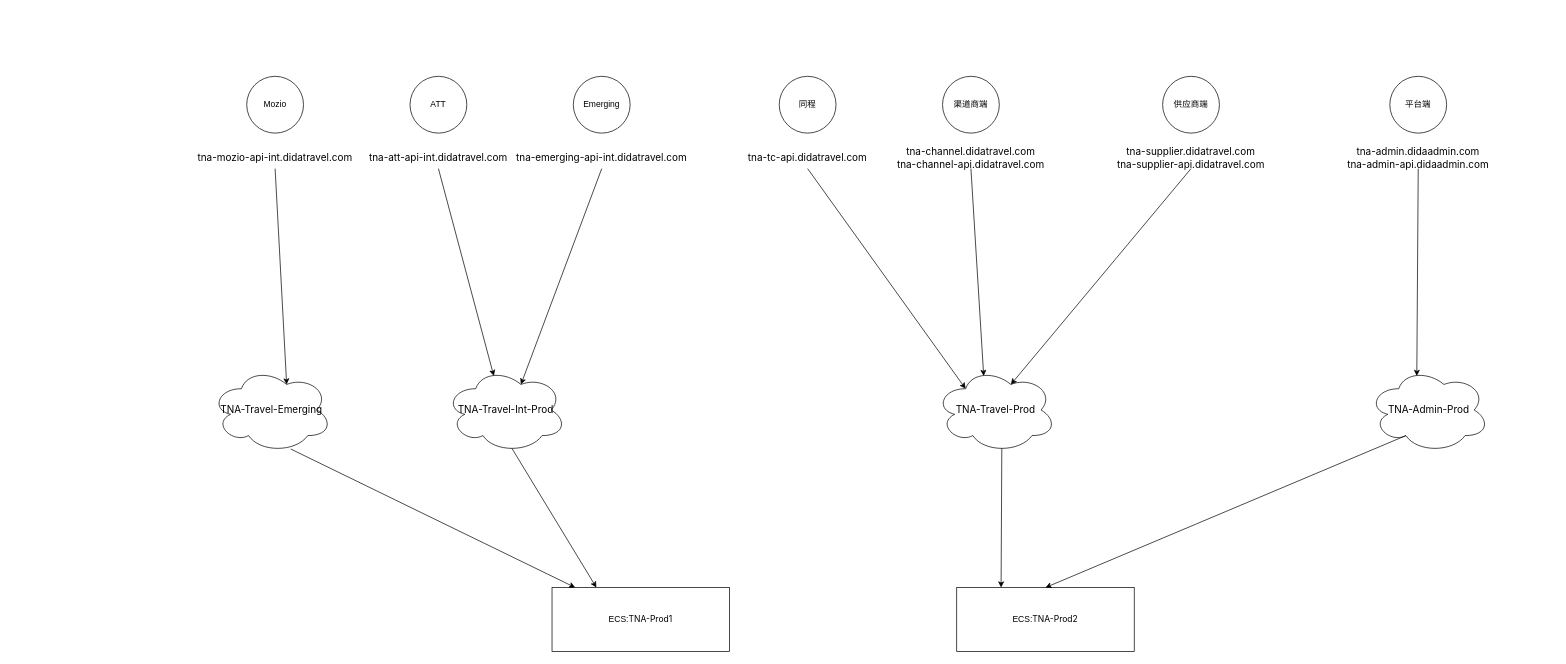
Earlier version of the draw.io diagram images/网络拓扑图.drawio (youngsapling/kappak). Source tidied: cells renumbered, new cells numbered last; positions are measured from the earlier drawing's top-left corner, leaving out a move shared by most shapes. Both pictures are drawn from the tidied source at 71%, with x=0, y=0 at pixel (200, 76).
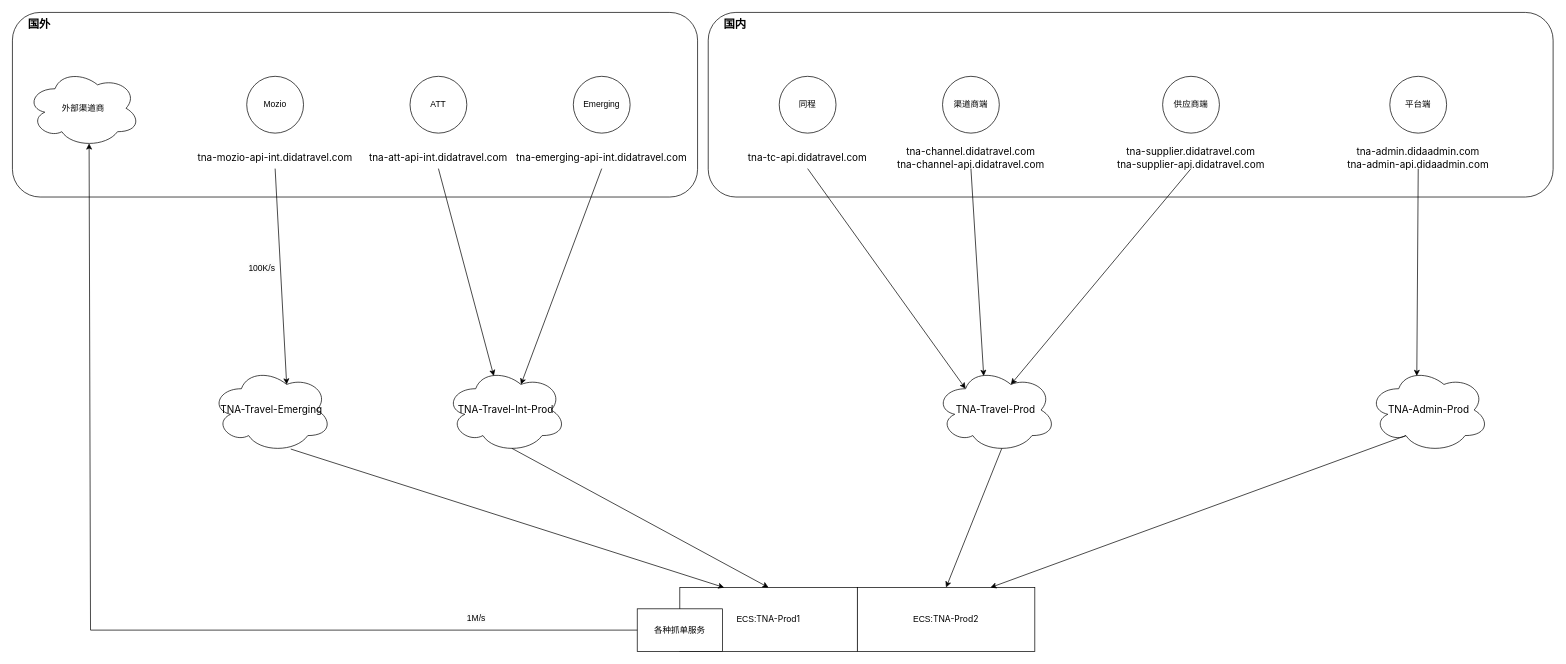
Above is the later version.

Commit message (it also covers changes not shown here):
更新网络拓扑图.drawio

Unchanged cells that the change refers to:
```xml
<mxCell id="16" value="&lt;div style=&quot;font-size: 14px;&quot;&gt;&lt;div style=&quot;white-space: pre;&quot;&gt;&lt;span style=&quot;font-family: MonospacedNumber, LarkHackSafariFont, LarkEmojiFont, LarkChineseQuote, -apple-system, BlinkMacSystemFont, &amp;quot;Helvetica Neue&amp;quot;, Tahoma, &amp;quot;PingFang SC&amp;quot;, &amp;quot;Microsoft Yahei&amp;quot;, Arial, &amp;quot;Hiragino Sans GB&amp;quot;, sans-serif, &amp;quot;Apple Color Emoji&amp;quot;, &amp;quot;Segoe UI Emoji&amp;quot;, &amp;quot;Segoe UI Symbol&amp;quot;, &amp;quot;Noto Color Emoji&amp;quot;;&quot;&gt;TNA-Admin-Prod&lt;/span&gt;&lt;/div&gt;&lt;/div&gt;" style="ellipse;shape=cloud;whiteSpace=wrap;html=1;" parent="1" vertex="1">
  <mxGeometry x="1645" y="410" width="170" height="120" as="geometry" />
</mxCell>
<mxCell id="17" value="&lt;div style=&quot;font-size: 14px;&quot;&gt;&lt;div style=&quot;white-space: pre;&quot;&gt;&lt;div&gt;&lt;div&gt;&lt;span style=&quot;font-family: MonospacedNumber, LarkHackSafariFont, LarkEmojiFont, LarkChineseQuote, -apple-system, BlinkMacSystemFont, &amp;quot;Helvetica Neue&amp;quot;, Tahoma, &amp;quot;PingFang SC&amp;quot;, &amp;quot;Microsoft Yahei&amp;quot;, Arial, &amp;quot;Hiragino Sans GB&amp;quot;, sans-serif, &amp;quot;Apple Color Emoji&amp;quot;, &amp;quot;Segoe UI Emoji&amp;quot;, &amp;quot;Segoe UI Symbol&amp;quot;, &amp;quot;Noto Color Emoji&amp;quot;;&quot;&gt;TNA-Travel-Prod&lt;/span&gt;&lt;/div&gt;&lt;/div&gt;&lt;/div&gt;&lt;/div&gt;" style="ellipse;shape=cloud;whiteSpace=wrap;html=1;" parent="1" vertex="1">
  <mxGeometry x="1035" y="410" width="170" height="120" as="geometry" />
</mxCell>
<mxCell id="18" value="&lt;div style=&quot;font-size: 14px;&quot;&gt;&lt;div style=&quot;white-space: pre;&quot;&gt;&lt;div&gt;&lt;div&gt;&lt;div&gt;&lt;span style=&quot;font-family: MonospacedNumber, LarkHackSafariFont, LarkEmojiFont, LarkChineseQuote, -apple-system, BlinkMacSystemFont, &amp;quot;Helvetica Neue&amp;quot;, Tahoma, &amp;quot;PingFang SC&amp;quot;, &amp;quot;Microsoft Yahei&amp;quot;, Arial, &amp;quot;Hiragino Sans GB&amp;quot;, sans-serif, &amp;quot;Apple Color Emoji&amp;quot;, &amp;quot;Segoe UI Emoji&amp;quot;, &amp;quot;Segoe UI Symbol&amp;quot;, &amp;quot;Noto Color Emoji&amp;quot;;&quot;&gt;TNA-Travel-Int-Prod&lt;/span&gt;&lt;/div&gt;&lt;/div&gt;&lt;/div&gt;&lt;/div&gt;&lt;/div&gt;" style="ellipse;shape=cloud;whiteSpace=wrap;html=1;" parent="1" vertex="1">
  <mxGeometry x="345" y="410" width="170" height="120" as="geometry" />
</mxCell>
<mxCell id="25" style="endArrow=classic;html=1;rounded=0;exitX=0.5;exitY=1;exitDx=0;exitDy=0;entryX=0.625;entryY=0.2;entryDx=0;entryDy=0;entryPerimeter=0;" parent="1" edge="1" source="15" target="26">
  <mxGeometry relative="1" as="geometry" />
</mxCell>
<mxCell id="26" value="&lt;div style=&quot;font-size: 14px;&quot;&gt;&lt;div style=&quot;white-space: pre;&quot;&gt;&lt;div&gt;&lt;div&gt;&lt;div&gt;&lt;span style=&quot;font-family: MonospacedNumber, LarkHackSafariFont, LarkEmojiFont, LarkChineseQuote, -apple-system, BlinkMacSystemFont, &amp;quot;Helvetica Neue&amp;quot;, Tahoma, &amp;quot;PingFang SC&amp;quot;, &amp;quot;Microsoft Yahei&amp;quot;, Arial, &amp;quot;Hiragino Sans GB&amp;quot;, sans-serif, &amp;quot;Apple Color Emoji&amp;quot;, &amp;quot;Segoe UI Emoji&amp;quot;, &amp;quot;Segoe UI Symbol&amp;quot;, &amp;quot;Noto Color Emoji&amp;quot;;&quot;&gt;TNA-Travel-Emerging&lt;/span&gt;&lt;/div&gt;&lt;/div&gt;&lt;/div&gt;&lt;/div&gt;&lt;/div&gt;" style="ellipse;shape=cloud;whiteSpace=wrap;html=1;" parent="1" vertex="1">
  <mxGeometry x="15" y="410" width="170" height="120" as="geometry" />
</mxCell>
```

The edit, as a diff of the source:
```diff
@@
+    <mxCell id="33" value="&lt;font style=&quot;font-size: 16px;&quot;&gt;&lt;b&gt;国外&lt;/b&gt;&lt;/font&gt;" style="rounded=1;whiteSpace=wrap;html=1;align=left;verticalAlign=top;spacingLeft=20;" parent="1" vertex="1">
+      <mxGeometry x="-265" y="-90" width="965" height="260" as="geometry" />
+    </mxCell>
+    <mxCell id="34" value="&lt;font style=&quot;font-size: 16px;&quot;&gt;&lt;b&gt;国内&lt;/b&gt;&lt;/font&gt;" style="rounded=1;whiteSpace=wrap;html=1;align=left;verticalAlign=top;spacingLeft=20;" parent="1" vertex="1">
+      <mxGeometry x="715" y="-90" width="1190" height="260" as="geometry" />
+    </mxCell>
@@
+    <mxCell id="35" value="&lt;span style=&quot;font-size: 12px; text-wrap: wrap; background-color: rgb(251, 251, 251);&quot;&gt;100K/s&lt;/span&gt;" style="edgeLabel;html=1;align=center;verticalAlign=middle;" parent="25" vertex="1">
+      <mxGeometry x="-0.1" y="-3" relative="1" as="geometry">
+        <mxPoint x="-24" y="3" as="offset" />
+      </mxGeometry>
+    </mxCell>
@@
     <mxCell id="27" value="ECS:&lt;span style=&quot;font-family: -apple-system, BlinkMacSystemFont, &amp;quot;Segoe UI&amp;quot;, &amp;quot;PingFang SC&amp;quot;, &amp;quot;Hiragino Sans GB&amp;quot;, &amp;quot;Microsoft YaHei&amp;quot;, &amp;quot;Helvetica Neue&amp;quot;, Helvetica, Arial, sans-serif; text-align: start; white-space: pre;&quot;&gt;TNA-Prod1&lt;/span&gt;" style="rounded=0;whiteSpace=wrap;html=1;" parent="1" vertex="1">
-      <mxGeometry x="495" y="720" width="250" height="90" as="geometry" />
+      <mxGeometry x="675" y="720" width="250" height="90" as="geometry" />
     </mxCell>
     <mxCell id="28" value="ECS:&lt;span style=&quot;font-family: -apple-system, BlinkMacSystemFont, &amp;quot;Segoe UI&amp;quot;, &amp;quot;PingFang SC&amp;quot;, &amp;quot;Hiragino Sans GB&amp;quot;, &amp;quot;Microsoft YaHei&amp;quot;, &amp;quot;Helvetica Neue&amp;quot;, Helvetica, Arial, sans-serif; text-align: start; white-space: pre;&quot;&gt;TNA-Prod2&lt;/span&gt;" style="rounded=0;whiteSpace=wrap;html=1;" parent="1" vertex="1">
-      <mxGeometry x="1065" y="720" width="250" height="90" as="geometry" />
+      <mxGeometry x="925" y="720" width="250" height="90" as="geometry" />
     </mxCell>
-    <mxCell id="29" style="endArrow=classic;html=1;rounded=0;exitX=0.659;exitY=0.958;exitDx=0;exitDy=0;exitPerimeter=0;" parent="1" edge="1" source="26" target="27">
+    <mxCell id="29" style="endArrow=classic;html=1;rounded=0;exitX=0.659;exitY=0.958;exitDx=0;exitDy=0;exitPerimeter=0;entryX=0.25;entryY=0;entryDx=0;entryDy=0;" parent="1" edge="1" source="26" target="27">
       <mxGeometry relative="1" as="geometry" />
     </mxCell>
-    <mxCell id="30" style="endArrow=classic;html=1;rounded=0;exitX=0.55;exitY=0.95;exitDx=0;exitDy=0;exitPerimeter=0;entryX=0.25;entryY=0;entryDx=0;entryDy=0;" parent="1" edge="1" source="18" target="27">
+    <mxCell id="30" style="endArrow=classic;html=1;rounded=0;exitX=0.55;exitY=0.95;exitDx=0;exitDy=0;exitPerimeter=0;entryX=0.5;entryY=0;entryDx=0;entryDy=0;" parent="1" edge="1" source="18" target="27">
       <mxGeometry relative="1" as="geometry" />
     </mxCell>
-    <mxCell id="31" style="endArrow=classic;html=1;rounded=0;exitX=0.55;exitY=0.95;exitDx=0;exitDy=0;exitPerimeter=0;entryX=0.25;entryY=0;entryDx=0;entryDy=0;" parent="1" edge="1" source="17" target="28">
+    <mxCell id="31" style="endArrow=classic;html=1;rounded=0;exitX=0.55;exitY=0.95;exitDx=0;exitDy=0;exitPerimeter=0;entryX=0.5;entryY=0;entryDx=0;entryDy=0;" parent="1" edge="1" source="17" target="28">
       <mxGeometry relative="1" as="geometry" />
     </mxCell>
-    <mxCell id="32" style="endArrow=classic;html=1;rounded=0;exitX=0.31;exitY=0.8;exitDx=0;exitDy=0;exitPerimeter=0;entryX=0.5;entryY=0;entryDx=0;entryDy=0;" parent="1" edge="1" source="16" target="28">
+    <mxCell id="32" style="endArrow=classic;html=1;rounded=0;exitX=0.31;exitY=0.8;exitDx=0;exitDy=0;exitPerimeter=0;entryX=0.75;entryY=0;entryDx=0;entryDy=0;" parent="1" edge="1" source="16" target="28">
       <mxGeometry relative="1" as="geometry" />
     </mxCell>
+    <mxCell id="36" value="各种抓单服务" style="rounded=0;whiteSpace=wrap;html=1;" parent="1" vertex="1">
+      <mxGeometry x="615" y="750" width="120" height="60" as="geometry" />
+    </mxCell>
+    <mxCell id="37" value="外部渠道商" style="ellipse;shape=cloud;whiteSpace=wrap;html=1;" parent="1" vertex="1">
+      <mxGeometry x="-245" y="-10" width="160" height="110" as="geometry" />
+    </mxCell>
+    <mxCell id="38" style="endArrow=classic;html=1;rounded=0;exitX=0;exitY=0.5;exitDx=0;exitDy=0;entryX=0.55;entryY=0.95;entryDx=0;entryDy=0;entryPerimeter=0;" parent="1" edge="1" source="36" target="37">
+      <mxGeometry relative="1" as="geometry">
+        <Array as="points">
+          <mxPoint x="-155" y="780" />
+        </Array>
+      </mxGeometry>
+    </mxCell>
+    <mxCell id="39" value="&lt;span style=&quot;font-size: 12px; text-wrap: wrap; background-color: rgb(251, 251, 251);&quot;&gt;1M/s&lt;/span&gt;" style="edgeLabel;html=1;align=center;verticalAlign=middle;" parent="1" vertex="1">
+      <mxGeometry x="775" y="720" as="geometry">
+        <mxPoint x="-388" y="42" as="offset" />
+      </mxGeometry>
+    </mxCell>
```
